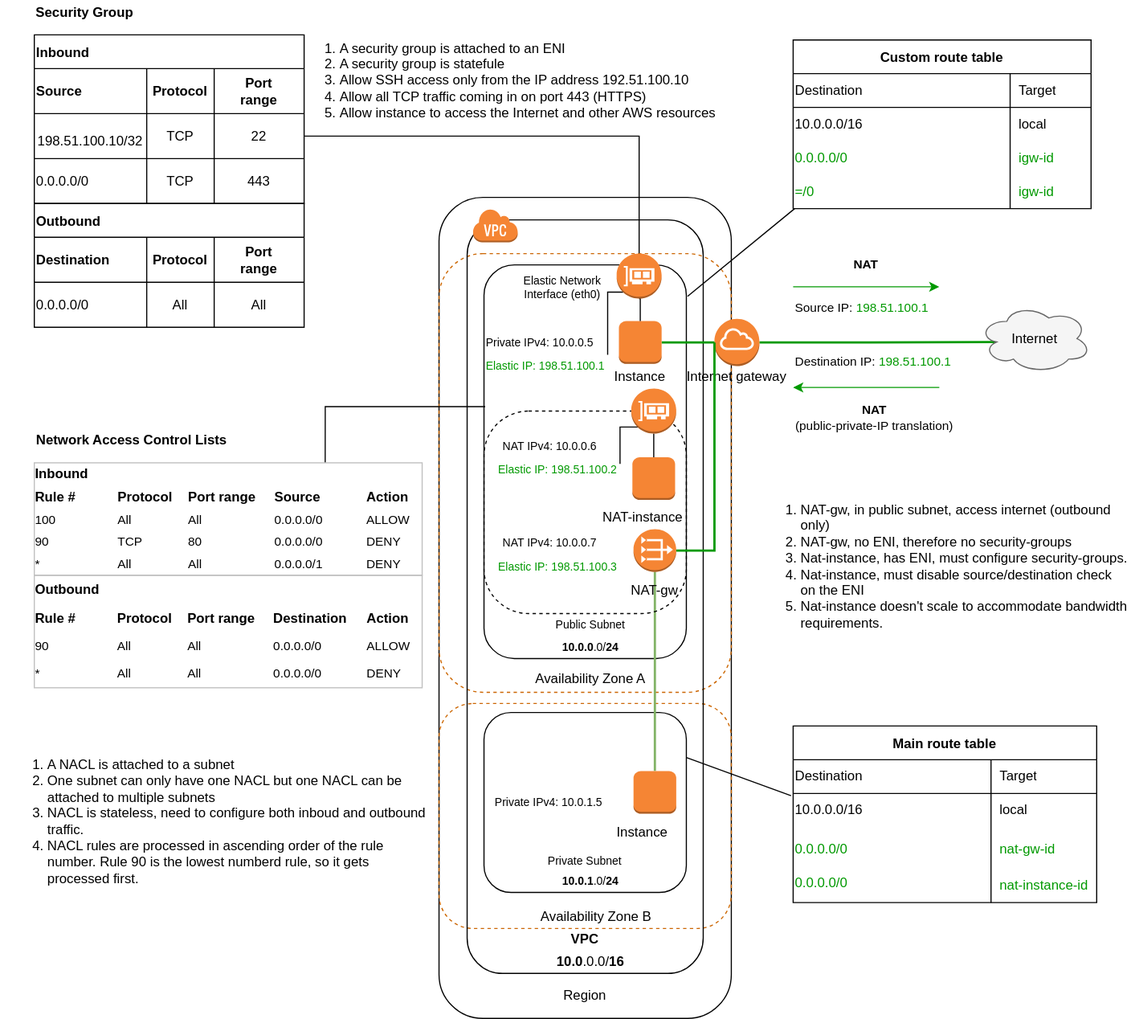
Above: src/img/aws-vpc.svg in chuan-su/notes (draw.io), before the change. Source tidied: cells renumbered, new cells last; positions are measured from the earlier drawing's top-left corner, leaving out a move shared by most shapes.
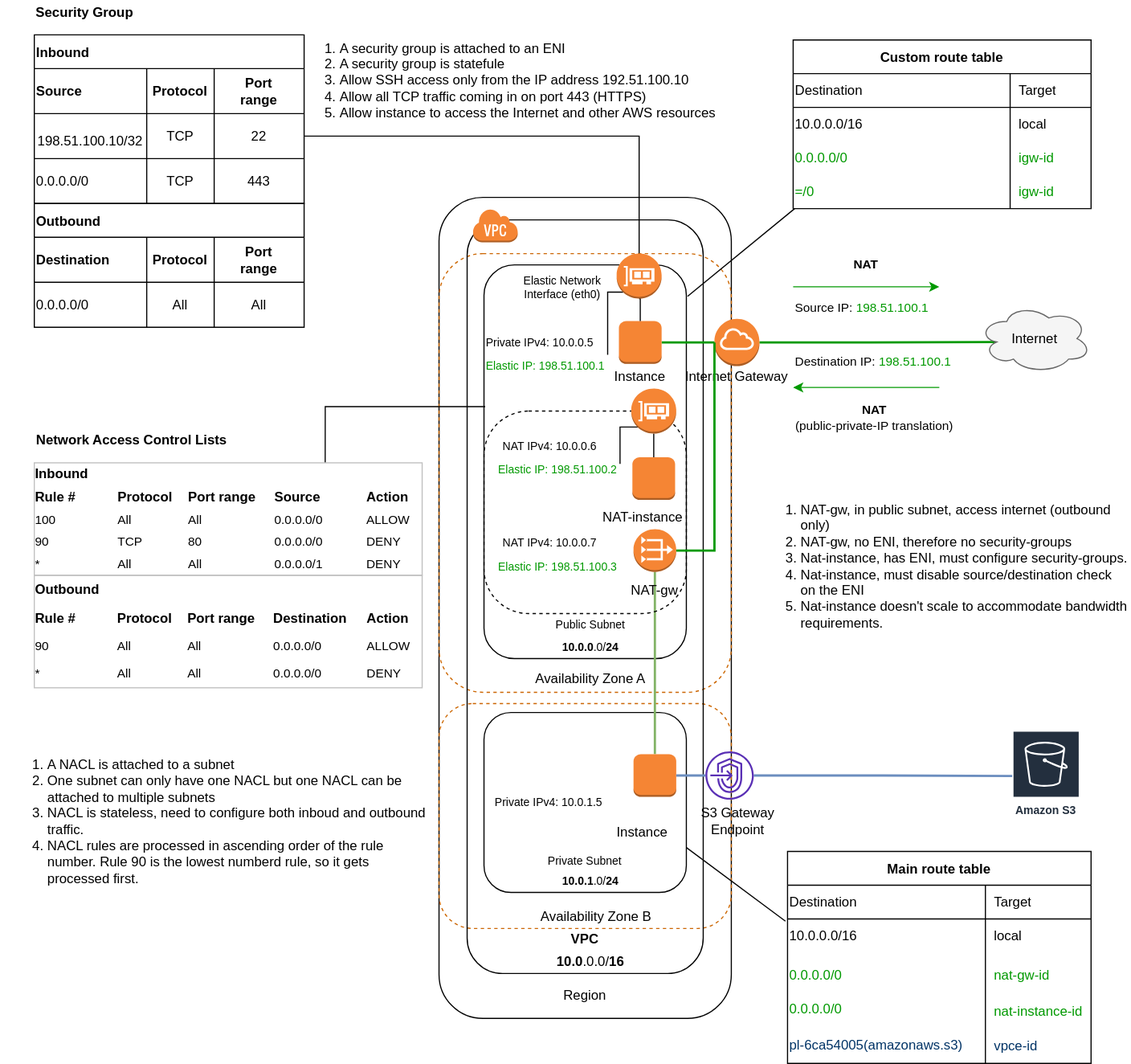
Above is the later version.

The edit, as a diff of the source:
```diff
@@ -26,7 +26,7 @@
     <mxCell id="9" style="rounded=1;whiteSpace=wrap;html=1;fillColor=none;" parent="1" vertex="1">
       <mxGeometry x="430" y="234" width="180" height="350" as="geometry" />
     </mxCell>
-    <mxCell id="10" style="rounded=0;jettySize=auto;html=1;exitX=1;exitY=0.25;exitDx=0;exitDy=0;entryX=-0.007;entryY=0.067;entryDx=0;entryDy=0;fontColor=#000000;endArrow=none;endFill=0;strokeColor=#000000;strokeWidth=1;entryPerimeter=0;" parent="1" edge="1" source="11" target="47">
+    <mxCell id="10" style="rounded=0;jettySize=auto;html=1;exitX=1;exitY=0.75;exitDx=0;exitDy=0;entryX=-0.007;entryY=0.067;entryDx=0;entryDy=0;fontColor=#000000;endArrow=none;endFill=0;strokeColor=#000000;strokeWidth=1;entryPerimeter=0;" parent="1" edge="1" source="11" target="47">
       <mxGeometry relative="1" as="geometry" />
     </mxCell>
     <mxCell id="11" style="rounded=1;whiteSpace=wrap;html=1;" parent="1" vertex="1">
@@ -71,7 +71,7 @@
     <mxCell id="24" value="Private IPv4: 10.0.0.5" style="text;html=1;strokeColor=none;fillColor=none;align=left;verticalAlign=middle;whiteSpace=wrap;rounded=0;fontSize=10;" parent="1" vertex="1">
       <mxGeometry x="430" y="293" width="110" height="20" as="geometry" />
     </mxCell>
-    <mxCell id="25" value="Internet gateway" style="text;html=1;strokeColor=none;fillColor=none;align=center;verticalAlign=middle;whiteSpace=wrap;rounded=0;" parent="1" vertex="1">
+    <mxCell id="25" value="Internet Gateway" style="text;html=1;strokeColor=none;fillColor=none;align=center;verticalAlign=middle;whiteSpace=wrap;rounded=0;" parent="1" vertex="1">
       <mxGeometry x="600" y="324" width="110" height="20" as="geometry" />
     </mxCell>
     <mxCell id="26" value="Custom route table" style="shape=table;startSize=30;rowLines=0;fontStyle=1;align=center;fillColor=none;" parent="1" vertex="1">
@@ -126,7 +126,7 @@
       <mxGeometry x="438" y="702" width="110" height="20" as="geometry" />
     </mxCell>
     <mxCell id="43" value="Main route table" style="shape=table;startSize=30;rowLines=0;fontStyle=1;align=center;fillColor=none;" parent="1" vertex="1">
-      <mxGeometry x="705" y="644" width="270" height="157" as="geometry" />
+      <mxGeometry x="700" y="755.5" width="270" height="188.5" as="geometry" />
     </mxCell>
     <mxCell id="44" style="shape=partialRectangle;html=1;whiteSpace=wrap;fillColor=none;top=0;left=0;bottom=1;right=0;" parent="43" vertex="1">
       <mxGeometry y="30" width="270" height="30" as="geometry" />
@@ -150,7 +150,7 @@
       <mxGeometry relative="1" as="geometry" />
     </mxCell>
     <mxCell id="51" style="outlineConnect=0;dashed=0;verticalLabelPosition=bottom;verticalAlign=top;align=center;html=1;shape=mxgraph.aws3.instance;fillColor=#F58534;gradientColor=none;strokeColor=#CC6600;" parent="1" vertex="1">
-      <mxGeometry x="563" y="684" width="38" height="38" as="geometry" />
+      <mxGeometry x="563" y="669" width="38" height="38" as="geometry" />
     </mxCell>
     <mxCell id="52" value="Instance" style="text;html=1;strokeColor=none;fillColor=none;align=center;verticalAlign=middle;whiteSpace=wrap;rounded=0;fontColor=#000000;" parent="1" vertex="1">
       <mxGeometry x="549" y="324" width="40" height="20" as="geometry" />
@@ -289,10 +289,10 @@
       <mxGeometry x="750" y="224" width="40" height="20" as="geometry" />
     </mxCell>
     <mxCell id="94" value="&lt;div align=&quot;left&quot;&gt;&lt;font color=&quot;#009900&quot;&gt;0.0.0.0/0&lt;span style=&quot;white-space: pre&quot;&gt;&lt;/span&gt;&lt;/font&gt;&lt;/div&gt;" style="shape=partialRectangle;html=1;whiteSpace=wrap;fillColor=none;top=0;left=0;bottom=0;right=0;overflow=hidden;align=left;" parent="1" vertex="1">
-      <mxGeometry x="705" y="739" width="150" height="30" as="geometry" />
+      <mxGeometry x="700" y="850.5" width="150" height="30" as="geometry" />
     </mxCell>
     <mxCell id="95" value="&lt;font color=&quot;#009900&quot;&gt;nat-gw-id&lt;/font&gt;" style="shape=partialRectangle;html=1;whiteSpace=wrap;fillColor=none;top=0;left=0;bottom=0;right=0;align=left;spacingLeft=6;overflow=hidden;" parent="1" vertex="1">
-      <mxGeometry x="881" y="739" width="84" height="30" as="geometry" />
+      <mxGeometry x="876" y="850.5" width="84" height="30" as="geometry" />
     </mxCell>
     <mxCell id="96" value="&lt;ol style=&quot;font-size: 12px;&quot;&gt;&lt;li style=&quot;font-size: 12px;&quot;&gt;NAT-gw, in public subnet, access internet (outbound only)&lt;br style=&quot;font-size: 12px;&quot;&gt;&lt;/li&gt;&lt;li style=&quot;font-size: 12px;&quot;&gt;NAT-gw, no ENI, therefore no security-groups&lt;/li&gt;&lt;li style=&quot;font-size: 12px;&quot;&gt;Nat-instance, has ENI, must configure security-groups.&lt;/li&gt;&lt;li style=&quot;font-size: 12px;&quot;&gt;Nat-instance, must disable source/destination check on the ENI&lt;/li&gt;&lt;li style=&quot;font-size: 12px;&quot;&gt;Nat-instance doesn't scale to accommodate bandwidth requirements.&lt;br style=&quot;font-size: 12px;&quot;&gt;&lt;/li&gt;&lt;/ol&gt;" style="text;strokeColor=none;fillColor=none;html=1;whiteSpace=wrap;verticalAlign=middle;overflow=hidden;fontSize=12;fontColor=#000000;" parent="1" vertex="1">
       <mxGeometry x="670" y="422" width="335" height="160" as="geometry" />
@@ -341,13 +341,34 @@
       <mxGeometry x="441" y="406" width="110" height="20" as="geometry" />
     </mxCell>
     <mxCell id="110" value="&lt;div align=&quot;left&quot;&gt;&lt;font color=&quot;#009900&quot;&gt;0.0.0.0/0&lt;span style=&quot;white-space: pre&quot;&gt;&lt;/span&gt;&lt;/font&gt;&lt;/div&gt;" style="shape=partialRectangle;html=1;whiteSpace=wrap;fillColor=none;top=0;left=0;bottom=0;right=0;overflow=hidden;align=left;" parent="1" vertex="1">
-      <mxGeometry x="705" y="769" width="150" height="30" as="geometry" />
+      <mxGeometry x="700" y="880.5" width="170" height="30" as="geometry" />
     </mxCell>
     <mxCell id="111" value="&lt;font color=&quot;#009900&quot;&gt;nat-instance-id&lt;/font&gt;" style="shape=partialRectangle;html=1;whiteSpace=wrap;fillColor=none;top=0;left=0;bottom=0;right=0;align=left;spacingLeft=6;overflow=hidden;" parent="1" vertex="1">
-      <mxGeometry x="881" y="771" width="94" height="30" as="geometry" />
+      <mxGeometry x="876" y="882.5" width="94" height="30" as="geometry" />
     </mxCell>
     <mxCell id="112" value="Network Access Control Lists" style="text;html=1;strokeColor=none;fillColor=none;align=left;verticalAlign=middle;whiteSpace=wrap;rounded=0;fontSize=12;fontColor=#000000;fontStyle=1;" parent="1" vertex="1">
       <mxGeometry x="30" y="380" width="200" height="20" as="geometry" />
     </mxCell>
+    <mxCell id="113" style="edgeStyle=orthogonalEdgeStyle;rounded=0;jettySize=auto;html=1;entryX=1;entryY=0.5;entryDx=0;entryDy=0;entryPerimeter=0;fillColor=#dae8fc;strokeColor=#6c8ebf;strokeWidth=2;endArrow=none;endFill=0;" parent="1" edge="1" source="115" target="51">
+      <mxGeometry relative="1" as="geometry" />
+    </mxCell>
+    <mxCell id="114" style="edgeStyle=orthogonalEdgeStyle;rounded=0;jettySize=auto;html=1;endArrow=none;endFill=0;strokeWidth=2;fillColor=#dae8fc;strokeColor=#6c8ebf;" parent="1" edge="1" source="115" target="116">
+      <mxGeometry relative="1" as="geometry" />
+    </mxCell>
+    <mxCell id="115" style="outlineConnect=0;fontColor=#232F3E;gradientColor=none;fillColor=#5A30B5;strokeColor=none;dashed=0;verticalLabelPosition=bottom;verticalAlign=top;align=center;html=1;fontSize=12;fontStyle=0;shape=mxgraph.aws4.endpoints;" parent="1" vertex="1">
+      <mxGeometry x="627" y="666.5" width="43" height="43" as="geometry" />
+    </mxCell>
+    <mxCell id="116" value="Amazon S3" style="outlineConnect=0;fontColor=#232F3E;gradientColor=none;strokeColor=#ffffff;fillColor=#232F3E;dashed=0;verticalLabelPosition=middle;verticalAlign=bottom;align=center;html=1;whiteSpace=wrap;fontSize=10;fontStyle=1;spacing=3;shape=mxgraph.aws4.productIcon;prIcon=mxgraph.aws4.s3;" parent="1" vertex="1">
+      <mxGeometry x="900" y="648" width="60" height="81" as="geometry" />
+    </mxCell>
+    <mxCell id="117" value="S3 Gateway&lt;br&gt;Endpoint" style="text;html=1;strokeColor=none;fillColor=none;align=center;verticalAlign=middle;whiteSpace=wrap;rounded=0;" parent="1" vertex="1">
+      <mxGeometry x="601" y="714" width="110" height="30" as="geometry" />
+    </mxCell>
+    <mxCell id="118" value="&lt;div&gt;pl-6ca54005(amazonaws.s3)&lt;/div&gt;" style="shape=partialRectangle;html=1;whiteSpace=wrap;fillColor=none;top=0;left=0;bottom=0;right=0;overflow=hidden;align=left;fontColor=#003366;" parent="1" vertex="1">
+      <mxGeometry x="700" y="912.5" width="170" height="30" as="geometry" />
+    </mxCell>
+    <mxCell id="119" value="vpce-id" style="shape=partialRectangle;html=1;whiteSpace=wrap;fillColor=none;top=0;left=0;bottom=0;right=0;align=left;spacingLeft=6;overflow=hidden;fontColor=#003366;" parent="1" vertex="1">
+      <mxGeometry x="876" y="914" width="94" height="30" as="geometry" />
+    </mxCell>
   </root>
 </mxGraphModel>
```
